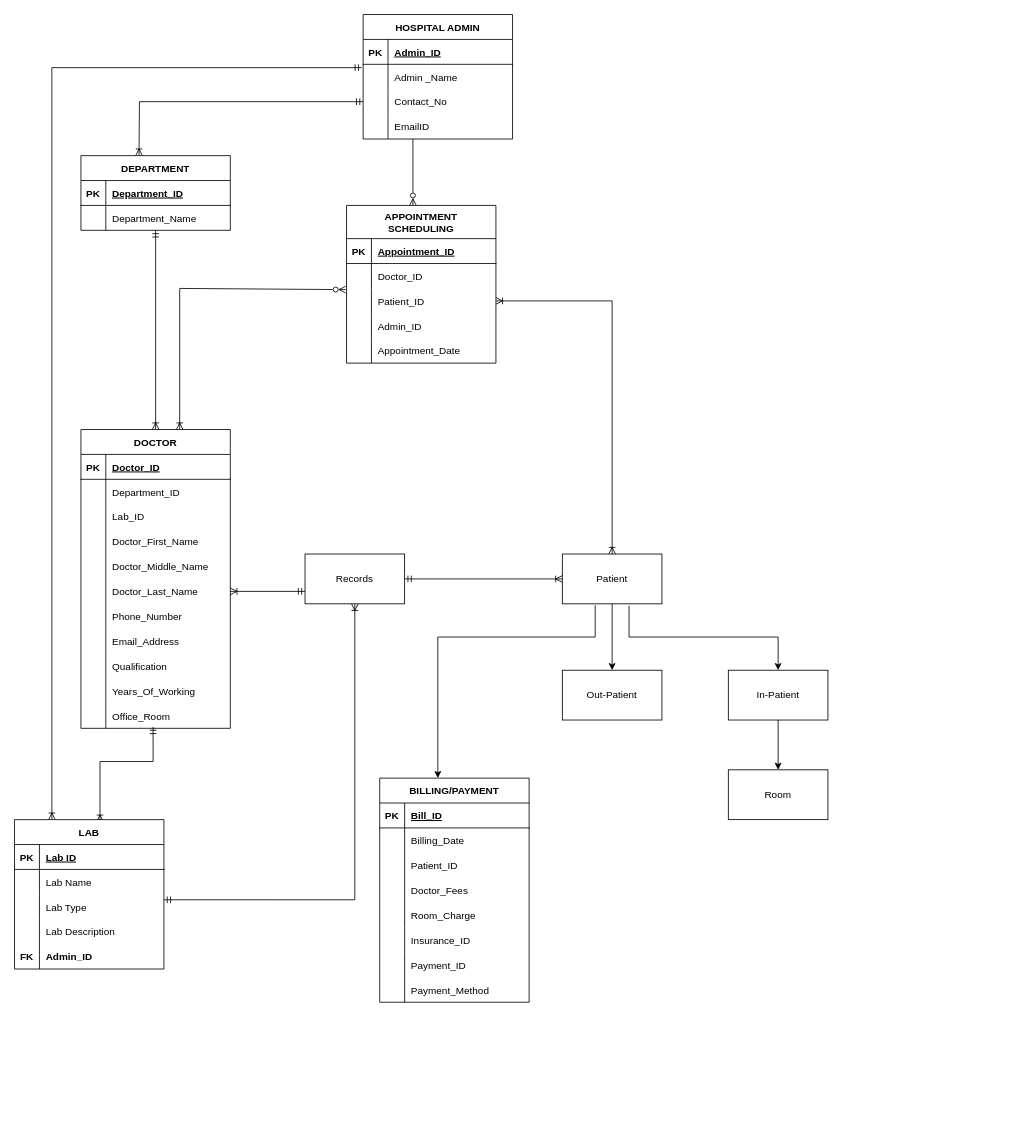
Above: Untitled Diagram.drawio in KashyapKompella/DAMG6210_HospitalManagementDatabase (draw.io), before the change. Source tidied: cells renumbered, new cells numbered last; positions are measured from the earlier drawing's top-left corner, leaving out a move shared by most shapes. Both pictures are drawn from the tidied source at 83%, with x=0, y=0 at pixel (14, 14).
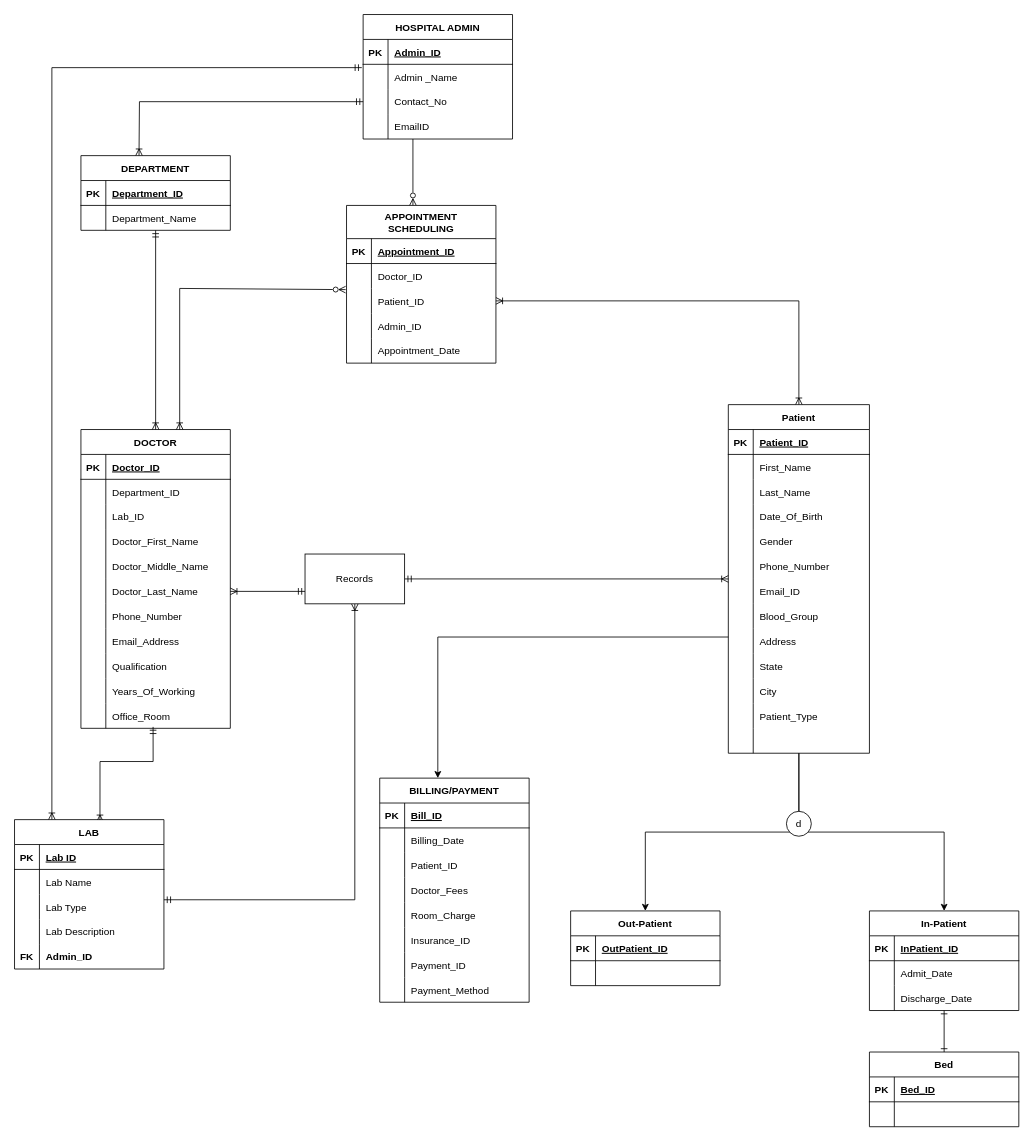
The same diagram, later.

Commit message:
Updated ER Diagram with Patient Entities

Unchanged cells that the change refers to:
```xml
<mxCell id="18" value="Records" style="rounded=0;whiteSpace=wrap;html=1;" parent="1" vertex="1">
  <mxGeometry x="350" y="650" width="120" height="60" as="geometry" />
</mxCell>
<mxCell id="97" style="shape=tableRow;horizontal=0;startSize=0;swimlaneHead=0;swimlaneBody=0;fillColor=none;points=[[0,0.5],[1,0.5]];portConstraint=eastwest;top=0;left=0;right=0;bottom=0;fontSize=12;" parent="90" vertex="1">
  <mxGeometry y="100" width="180" height="30" as="geometry" />
</mxCell>
```

Diff of the diagram source:
```diff
@@
-    <mxCell id="4" style="edgeStyle=orthogonalEdgeStyle;rounded=0;jettySize=auto;html=1;endArrow=ERoneToMany;endFill=0;startArrow=ERoneToMany;startFill=0;exitX=1;exitY=0.5;exitDx=0;exitDy=0;" parent="1" edge="1" source="97" target="8">
+    <mxCell id="4" style="edgeStyle=orthogonalEdgeStyle;rounded=0;jettySize=auto;html=1;endArrow=ERoneToMany;endFill=0;startArrow=ERoneToMany;startFill=0;exitX=1;exitY=0.5;exitDx=0;exitDy=0;entryX=0.5;entryY=0;entryDx=0;entryDy=0;" parent="1" edge="1" source="97" target="8">
       <mxGeometry relative="1" as="geometry" />
     </mxCell>
-    <mxCell id="5" style="edgeStyle=orthogonalEdgeStyle;rounded=0;jettySize=auto;html=1;" parent="1" edge="1" source="8" target="11">
-      <mxGeometry relative="1" as="geometry" />
-    </mxCell>
-    <mxCell id="6" style="edgeStyle=orthogonalEdgeStyle;rounded=0;jettySize=auto;html=1;exitX=0.67;exitY=1.04;exitDx=0;exitDy=0;exitPerimeter=0;" parent="1" edge="1" source="8" target="13">
-      <mxGeometry relative="1" as="geometry">
-        <Array as="points">
-          <mxPoint x="740" y="750" />
-          <mxPoint x="920" y="750" />
-        </Array>
-      </mxGeometry>
-    </mxCell>
-    <mxCell id="7" style="edgeStyle=orthogonalEdgeStyle;rounded=0;jettySize=auto;html=1;exitX=0.33;exitY=1.027;exitDx=0;exitDy=0;exitPerimeter=0;entryX=0.5;entryY=0;entryDx=0;entryDy=0;" parent="1" edge="1" source="8">
+    <mxCell id="7" style="edgeStyle=orthogonalEdgeStyle;rounded=0;jettySize=auto;html=1;entryX=0.5;entryY=0;entryDx=0;entryDy=0;" parent="1" edge="1" source="8">
       <mxGeometry relative="1" as="geometry">
         <mxPoint x="510" y="920" as="targetPoint" />
         <Array as="points">
-          <mxPoint x="700" y="750" />
           <mxPoint x="510" y="750" />
         </Array>
       </mxGeometry>
     </mxCell>
-    <mxCell id="8" value="Patient" style="rounded=0;whiteSpace=wrap;html=1;" parent="1" vertex="1">
-      <mxGeometry x="660" y="650" width="120" height="60" as="geometry" />
-    </mxCell>
@@
-    <mxCell id="11" value="Out-Patient" style="rounded=0;whiteSpace=wrap;html=1;" parent="1" vertex="1">
-      <mxGeometry x="660" y="790" width="120" height="60" as="geometry" />
-    </mxCell>
-    <mxCell id="12" style="edgeStyle=orthogonalEdgeStyle;rounded=0;jettySize=auto;html=1;" parent="1" edge="1" source="13" target="14">
-      <mxGeometry relative="1" as="geometry" />
-    </mxCell>
-    <mxCell id="13" value="In-Patient" style="rounded=0;whiteSpace=wrap;html=1;" parent="1" vertex="1">
-      <mxGeometry x="860" y="790" width="120" height="60" as="geometry" />
-    </mxCell>
-    <mxCell id="14" value="Room" style="rounded=0;whiteSpace=wrap;html=1;" parent="1" vertex="1">
-      <mxGeometry x="860" y="910" width="120" height="60" as="geometry" />
-    </mxCell>
@@
-    <mxCell id="17" style="edgeStyle=orthogonalEdgeStyle;rounded=0;jettySize=auto;html=1;startArrow=ERmandOne;startFill=0;endArrow=ERoneToMany;endFill=0;entryX=0;entryY=0.5;entryDx=0;entryDy=0;" parent="1" edge="1" source="18" target="8">
+    <mxCell id="17" style="edgeStyle=orthogonalEdgeStyle;rounded=0;jettySize=auto;html=1;startArrow=ERmandOne;startFill=0;endArrow=ERoneToMany;endFill=0;" parent="1" edge="1" source="18" target="8">
       <mxGeometry relative="1" as="geometry" />
     </mxCell>
@@
+    <mxCell id="132" style="group;" parent="1" vertex="1">
+      <mxGeometry x="1030" y="1080" width="180" height="260" as="geometry" />
+    </mxCell>
+    <mxCell id="13" value="In-Patient" style="shape=table;startSize=30;childLayout=tableLayout;rowLines=0;fontStyle=1;align=center;fontSize=12;" parent="132" vertex="1">
+      <mxGeometry width="180" height="120" as="geometry" />
+    </mxCell>
+    <mxCell id="133" style="shape=tableRow;horizontal=0;startSize=0;swimlaneHead=0;swimlaneBody=0;fillColor=none;top=0;left=0;right=0;bottom=1;fontSize=12;" parent="13" vertex="1">
+      <mxGeometry y="30" width="180" height="30" as="geometry" />
+    </mxCell>
+    <mxCell id="134" value="PK" style="shape=partialRectangle;fillColor=none;top=0;left=0;bottom=0;right=0;fontStyle=1;overflow=hidden;fontSize=12;" parent="133" vertex="1">
+      <mxGeometry width="30" height="30" as="geometry" />
+    </mxCell>
+    <mxCell id="135" value="InPatient_ID" style="shape=partialRectangle;fillColor=none;top=0;left=0;bottom=0;right=0;align=left;spacingLeft=6;fontStyle=5;overflow=hidden;fontSize=12;" parent="133" vertex="1">
+      <mxGeometry x="30" width="150" height="30" as="geometry" />
+    </mxCell>
+    <mxCell id="136" style="shape=tableRow;horizontal=0;startSize=0;swimlaneHead=0;swimlaneBody=0;fillColor=none;top=0;left=0;right=0;bottom=0;fontSize=12;" parent="13" vertex="1">
+      <mxGeometry y="60" width="180" height="30" as="geometry" />
+    </mxCell>
+    <mxCell id="137" style="shape=partialRectangle;fillColor=none;top=0;left=0;bottom=0;right=0;overflow=hidden;fontSize=12;" parent="136" vertex="1">
+      <mxGeometry width="30" height="30" as="geometry" />
+    </mxCell>
+    <mxCell id="138" value="Admit_Date" style="shape=partialRectangle;fillColor=none;top=0;left=0;bottom=0;right=0;align=left;spacingLeft=6;overflow=hidden;fontSize=12;" parent="136" vertex="1">
+      <mxGeometry x="30" width="150" height="30" as="geometry" />
+    </mxCell>
+    <mxCell id="139" style="shape=tableRow;horizontal=0;startSize=0;swimlaneHead=0;swimlaneBody=0;fillColor=none;top=0;left=0;right=0;bottom=0;fontSize=12;" parent="13" vertex="1">
+      <mxGeometry y="90" width="180" height="30" as="geometry" />
+    </mxCell>
+    <mxCell id="140" style="shape=partialRectangle;fillColor=none;top=0;left=0;bottom=0;right=0;overflow=hidden;fontSize=12;" parent="139" vertex="1">
+      <mxGeometry width="30" height="30" as="geometry" />
+    </mxCell>
+    <mxCell id="141" value="Discharge_Date" style="shape=partialRectangle;fillColor=none;top=0;left=0;bottom=0;right=0;align=left;spacingLeft=6;overflow=hidden;fontSize=12;" parent="139" vertex="1">
+      <mxGeometry x="30" width="150" height="30" as="geometry" />
+    </mxCell>
+    <mxCell id="142" value="Bed" style="shape=table;startSize=30;childLayout=tableLayout;rowLines=0;fontStyle=1;align=center;fontSize=12;" parent="132" vertex="1">
+      <mxGeometry y="170" width="180" height="90" as="geometry" />
+    </mxCell>
+    <mxCell id="143" style="shape=tableRow;horizontal=0;startSize=0;swimlaneHead=0;swimlaneBody=0;fillColor=none;top=0;left=0;right=0;bottom=1;fontSize=12;" parent="142" vertex="1">
+      <mxGeometry y="30" width="180" height="30" as="geometry" />
+    </mxCell>
+    <mxCell id="144" value="PK" style="shape=partialRectangle;fillColor=none;top=0;left=0;bottom=0;right=0;fontStyle=1;overflow=hidden;fontSize=12;" parent="143" vertex="1">
+      <mxGeometry width="30" height="30" as="geometry" />
+    </mxCell>
+    <mxCell id="145" value="Bed_ID" style="shape=partialRectangle;fillColor=none;top=0;left=0;bottom=0;right=0;align=left;spacingLeft=6;fontStyle=5;overflow=hidden;fontSize=12;" parent="143" vertex="1">
+      <mxGeometry x="30" width="150" height="30" as="geometry" />
+    </mxCell>
+    <mxCell id="146" style="shape=tableRow;horizontal=0;startSize=0;swimlaneHead=0;swimlaneBody=0;fillColor=none;top=0;left=0;right=0;bottom=0;fontSize=12;" parent="142" vertex="1">
+      <mxGeometry y="60" width="180" height="30" as="geometry" />
+    </mxCell>
+    <mxCell id="147" style="shape=partialRectangle;fillColor=none;top=0;left=0;bottom=0;right=0;overflow=hidden;fontSize=12;" parent="146" vertex="1">
+      <mxGeometry width="30" height="30" as="geometry" />
+    </mxCell>
+    <mxCell id="148" style="shape=partialRectangle;fillColor=none;top=0;left=0;bottom=0;right=0;align=left;spacingLeft=6;overflow=hidden;fontSize=12;" parent="146" vertex="1">
+      <mxGeometry x="30" width="150" height="30" as="geometry" />
+    </mxCell>
+    <mxCell id="149" style="edgeStyle=orthogonalEdgeStyle;rounded=0;jettySize=auto;html=1;exitX=0.5;exitY=0;exitDx=0;exitDy=0;endArrow=ERone;endFill=0;startArrow=ERone;startFill=0;" parent="132" edge="1" source="142" target="13">
+      <mxGeometry relative="1" as="geometry" />
+    </mxCell>
+    <mxCell id="8" value="Patient" style="shape=table;startSize=30;childLayout=tableLayout;rowLines=0;fontStyle=1;align=center;fontSize=12;" parent="1" vertex="1">
+      <mxGeometry x="860" y="470" width="170" height="420" as="geometry" />
+    </mxCell>
+    <mxCell id="150" style="shape=tableRow;horizontal=0;startSize=0;swimlaneHead=0;swimlaneBody=0;fillColor=none;top=0;left=0;right=0;bottom=1;fontSize=12;" parent="8" vertex="1">
+      <mxGeometry y="30" width="170" height="30" as="geometry" />
+    </mxCell>
+    <mxCell id="151" value="PK" style="shape=partialRectangle;fillColor=none;top=0;left=0;bottom=0;right=0;fontStyle=1;overflow=hidden;fontSize=12;" parent="150" vertex="1">
+      <mxGeometry width="30" height="30" as="geometry" />
+    </mxCell>
+    <mxCell id="152" value="Patient_ID" style="shape=partialRectangle;fillColor=none;top=0;left=0;bottom=0;right=0;align=left;spacingLeft=6;fontStyle=5;overflow=hidden;fontSize=12;verticalAlign=middle;" parent="150" vertex="1">
+      <mxGeometry x="30" width="140" height="30" as="geometry" />
+    </mxCell>
+    <mxCell id="153" style="shape=tableRow;horizontal=0;startSize=0;swimlaneHead=0;swimlaneBody=0;fillColor=none;top=0;left=0;right=0;bottom=0;fontSize=12;" parent="8" vertex="1">
+      <mxGeometry y="60" width="170" height="30" as="geometry" />
+    </mxCell>
+    <mxCell id="154" style="shape=partialRectangle;fillColor=none;top=0;left=0;bottom=0;right=0;overflow=hidden;fontSize=12;" parent="153" vertex="1">
+      <mxGeometry width="30" height="30" as="geometry" />
+    </mxCell>
+    <mxCell id="155" value="First_Name" style="shape=partialRectangle;fillColor=none;top=0;left=0;bottom=0;right=0;align=left;spacingLeft=6;overflow=hidden;fontSize=12;" parent="153" vertex="1">
+      <mxGeometry x="30" width="140" height="30" as="geometry" />
+    </mxCell>
+    <mxCell id="156" style="shape=tableRow;horizontal=0;startSize=0;swimlaneHead=0;swimlaneBody=0;fillColor=none;top=0;left=0;right=0;bottom=0;fontSize=12;" parent="8" vertex="1">
+      <mxGeometry y="90" width="170" height="30" as="geometry" />
+    </mxCell>
+    <mxCell id="157" style="shape=partialRectangle;fillColor=none;top=0;left=0;bottom=0;right=0;overflow=hidden;fontSize=12;" parent="156" vertex="1">
+      <mxGeometry width="30" height="30" as="geometry" />
+    </mxCell>
+    <mxCell id="158" value="Last_Name" style="shape=partialRectangle;fillColor=none;top=0;left=0;bottom=0;right=0;align=left;spacingLeft=6;overflow=hidden;fontSize=12;" parent="156" vertex="1">
+      <mxGeometry x="30" width="140" height="30" as="geometry" />
+    </mxCell>
+    <mxCell id="159" style="shape=tableRow;horizontal=0;startSize=0;swimlaneHead=0;swimlaneBody=0;fillColor=none;top=0;left=0;right=0;bottom=0;fontSize=12;" parent="8" vertex="1">
+      <mxGeometry y="120" width="170" height="30" as="geometry" />
+    </mxCell>
+    <mxCell id="160" style="shape=partialRectangle;fillColor=none;top=0;left=0;bottom=0;right=0;overflow=hidden;fontSize=12;" parent="159" vertex="1">
+      <mxGeometry width="30" height="30" as="geometry" />
+    </mxCell>
+    <mxCell id="161" value="Date_Of_Birth" style="shape=partialRectangle;fillColor=none;top=0;left=0;bottom=0;right=0;align=left;spacingLeft=6;overflow=hidden;fontSize=12;" parent="159" vertex="1">
+      <mxGeometry x="30" width="140" height="30" as="geometry" />
+    </mxCell>
+    <mxCell id="162" style="shape=tableRow;horizontal=0;startSize=0;swimlaneHead=0;swimlaneBody=0;fillColor=none;top=0;left=0;right=0;bottom=0;fontSize=12;" parent="8" vertex="1">
+      <mxGeometry y="150" width="170" height="30" as="geometry" />
+    </mxCell>
+    <mxCell id="163" style="shape=partialRectangle;fillColor=none;top=0;left=0;bottom=0;right=0;overflow=hidden;fontSize=12;" parent="162" vertex="1">
+      <mxGeometry width="30" height="30" as="geometry" />
+    </mxCell>
+    <mxCell id="164" value="Gender" style="shape=partialRectangle;fillColor=none;top=0;left=0;bottom=0;right=0;align=left;spacingLeft=6;overflow=hidden;fontSize=12;fontStyle=0;" parent="162" vertex="1">
+      <mxGeometry x="30" width="140" height="30" as="geometry" />
+    </mxCell>
+    <mxCell id="165" style="shape=tableRow;horizontal=0;startSize=0;swimlaneHead=0;swimlaneBody=0;fillColor=none;top=0;left=0;right=0;bottom=0;fontSize=12;" parent="8" vertex="1">
+      <mxGeometry y="180" width="170" height="30" as="geometry" />
+    </mxCell>
+    <mxCell id="166" style="shape=partialRectangle;fillColor=none;top=0;left=0;bottom=0;right=0;overflow=hidden;fontSize=12;" parent="165" vertex="1">
+      <mxGeometry width="30" height="30" as="geometry" />
+    </mxCell>
+    <mxCell id="167" value="Phone_Number" style="shape=partialRectangle;fillColor=none;top=0;left=0;bottom=0;right=0;align=left;spacingLeft=6;overflow=hidden;fontSize=12;" parent="165" vertex="1">
+      <mxGeometry x="30" width="140" height="30" as="geometry" />
+    </mxCell>
+    <mxCell id="168" style="shape=tableRow;horizontal=0;startSize=0;swimlaneHead=0;swimlaneBody=0;fillColor=none;top=0;left=0;right=0;bottom=0;fontSize=12;" parent="8" vertex="1">
+      <mxGeometry y="210" width="170" height="30" as="geometry" />
+    </mxCell>
+    <mxCell id="169" style="shape=partialRectangle;fillColor=none;top=0;left=0;bottom=0;right=0;overflow=hidden;fontSize=12;" parent="168" vertex="1">
+      <mxGeometry width="30" height="30" as="geometry" />
+    </mxCell>
+    <mxCell id="170" value="Email_ID" style="shape=partialRectangle;fillColor=none;top=0;left=0;bottom=0;right=0;align=left;spacingLeft=6;overflow=hidden;fontSize=12;" parent="168" vertex="1">
+      <mxGeometry x="30" width="140" height="30" as="geometry" />
+    </mxCell>
+    <mxCell id="171" style="shape=tableRow;horizontal=0;startSize=0;swimlaneHead=0;swimlaneBody=0;fillColor=none;top=0;left=0;right=0;bottom=0;fontSize=12;" parent="8" vertex="1">
+      <mxGeometry y="240" width="170" height="30" as="geometry" />
+    </mxCell>
+    <mxCell id="172" style="shape=partialRectangle;fillColor=none;top=0;left=0;bottom=0;right=0;overflow=hidden;fontSize=12;" parent="171" vertex="1">
+      <mxGeometry width="30" height="30" as="geometry" />
+    </mxCell>
+    <mxCell id="173" value="Blood_Group" style="shape=partialRectangle;fillColor=none;top=0;left=0;bottom=0;right=0;align=left;spacingLeft=6;overflow=hidden;fontSize=12;" parent="171" vertex="1">
+      <mxGeometry x="30" width="140" height="30" as="geometry" />
+    </mxCell>
+    <mxCell id="174" style="shape=tableRow;horizontal=0;startSize=0;swimlaneHead=0;swimlaneBody=0;fillColor=none;top=0;left=0;right=0;bottom=0;fontSize=12;" parent="8" vertex="1">
+      <mxGeometry y="270" width="170" height="30" as="geometry" />
+    </mxCell>
+    <mxCell id="175" style="shape=partialRectangle;fillColor=none;top=0;left=0;bottom=0;right=0;overflow=hidden;fontSize=12;" parent="174" vertex="1">
+      <mxGeometry width="30" height="30" as="geometry" />
+    </mxCell>
+    <mxCell id="176" value="Address" style="shape=partialRectangle;fillColor=none;top=0;left=0;bottom=0;right=0;align=left;spacingLeft=6;overflow=hidden;fontSize=12;" parent="174" vertex="1">
+      <mxGeometry x="30" width="140" height="30" as="geometry" />
+    </mxCell>
+    <mxCell id="177" style="shape=tableRow;horizontal=0;startSize=0;swimlaneHead=0;swimlaneBody=0;fillColor=none;top=0;left=0;right=0;bottom=0;fontSize=12;" parent="8" vertex="1">
+      <mxGeometry y="300" width="170" height="30" as="geometry" />
+    </mxCell>
+    <mxCell id="178" style="shape=partialRectangle;fillColor=none;top=0;left=0;bottom=0;right=0;overflow=hidden;fontSize=12;" parent="177" vertex="1">
+      <mxGeometry width="30" height="30" as="geometry" />
+    </mxCell>
+    <mxCell id="179" value="State" style="shape=partialRectangle;fillColor=none;top=0;left=0;bottom=0;right=0;align=left;spacingLeft=6;overflow=hidden;fontSize=12;" parent="177" vertex="1">
+      <mxGeometry x="30" width="140" height="30" as="geometry" />
+    </mxCell>
+    <mxCell id="180" style="shape=tableRow;horizontal=0;startSize=0;swimlaneHead=0;swimlaneBody=0;fillColor=none;top=0;left=0;right=0;bottom=0;fontSize=12;" parent="8" vertex="1">
+      <mxGeometry y="330" width="170" height="30" as="geometry" />
+    </mxCell>
+    <mxCell id="181" style="shape=partialRectangle;fillColor=none;top=0;left=0;bottom=0;right=0;overflow=hidden;fontSize=12;" parent="180" vertex="1">
+      <mxGeometry width="30" height="30" as="geometry" />
+    </mxCell>
+    <mxCell id="182" value="City" style="shape=partialRectangle;fillColor=none;top=0;left=0;bottom=0;right=0;align=left;spacingLeft=6;overflow=hidden;fontSize=12;" parent="180" vertex="1">
+      <mxGeometry x="30" width="140" height="30" as="geometry" />
+    </mxCell>
+    <mxCell id="183" style="shape=tableRow;horizontal=0;startSize=0;swimlaneHead=0;swimlaneBody=0;fillColor=none;top=0;left=0;right=0;bottom=0;fontSize=12;" parent="8" vertex="1">
+      <mxGeometry y="360" width="170" height="30" as="geometry" />
+    </mxCell>
+    <mxCell id="184" style="shape=partialRectangle;fillColor=none;top=0;left=0;bottom=0;right=0;overflow=hidden;fontSize=12;" parent="183" vertex="1">
+      <mxGeometry width="30" height="30" as="geometry" />
+    </mxCell>
+    <mxCell id="185" value="Patient_Type" style="shape=partialRectangle;fillColor=none;top=0;left=0;bottom=0;right=0;align=left;spacingLeft=6;overflow=hidden;fontSize=12;" parent="183" vertex="1">
+      <mxGeometry x="30" width="140" height="30" as="geometry" />
+    </mxCell>
+    <mxCell id="186" style="shape=tableRow;horizontal=0;startSize=0;swimlaneHead=0;swimlaneBody=0;fillColor=none;top=0;left=0;right=0;bottom=0;fontSize=12;" parent="8" vertex="1">
+      <mxGeometry y="390" width="170" height="30" as="geometry" />
+    </mxCell>
+    <mxCell id="187" style="shape=partialRectangle;fillColor=none;top=0;left=0;bottom=0;right=0;overflow=hidden;fontSize=12;" parent="186" vertex="1">
+      <mxGeometry width="30" height="30" as="geometry" />
+    </mxCell>
+    <mxCell id="188" style="shape=partialRectangle;fillColor=none;top=0;left=0;bottom=0;right=0;align=left;spacingLeft=6;overflow=hidden;fontSize=12;" parent="186" vertex="1">
+      <mxGeometry x="30" width="140" height="30" as="geometry" />
+    </mxCell>
+    <mxCell id="189" style="edgeStyle=orthogonalEdgeStyle;rounded=0;jettySize=auto;html=1;exitX=0.5;exitY=0;exitDx=0;exitDy=0;startArrow=classic;startFill=1;endArrow=none;endFill=0;" parent="1" edge="1" source="13" target="8">
+      <mxGeometry relative="1" as="geometry" />
+    </mxCell>
+    <mxCell id="190" style="edgeStyle=orthogonalEdgeStyle;rounded=0;jettySize=auto;html=1;exitX=0.5;exitY=0;exitDx=0;exitDy=0;startArrow=classic;startFill=1;endArrow=none;endFill=0;" parent="1" edge="1" source="11" target="8">
+      <mxGeometry relative="1" as="geometry" />
+    </mxCell>
+    <mxCell id="191" value="d" style="ellipse;whiteSpace=wrap;html=1;" parent="1" vertex="1">
+      <mxGeometry x="930" y="960" width="30" height="30" as="geometry" />
+    </mxCell>
+    <mxCell id="11" value="Out-Patient" style="shape=table;startSize=30;childLayout=tableLayout;rowLines=0;fontStyle=1;align=center;fontSize=12;" parent="1" vertex="1">
+      <mxGeometry x="670" y="1080" width="180" height="90" as="geometry" />
+    </mxCell>
+    <mxCell id="192" style="shape=tableRow;horizontal=0;startSize=0;swimlaneHead=0;swimlaneBody=0;fillColor=none;top=0;left=0;right=0;bottom=1;fontSize=12;" parent="11" vertex="1">
+      <mxGeometry y="30" width="180" height="30" as="geometry" />
+    </mxCell>
+    <mxCell id="193" value="PK" style="shape=partialRectangle;fillColor=none;top=0;left=0;bottom=0;right=0;fontStyle=1;overflow=hidden;fontSize=12;" parent="192" vertex="1">
+      <mxGeometry width="30" height="30" as="geometry" />
+    </mxCell>
+    <mxCell id="194" value="OutPatient_ID" style="shape=partialRectangle;fillColor=none;top=0;left=0;bottom=0;right=0;align=left;spacingLeft=6;fontStyle=5;overflow=hidden;fontSize=12;" parent="192" vertex="1">
+      <mxGeometry x="30" width="150" height="30" as="geometry" />
+    </mxCell>
+    <mxCell id="195" style="shape=tableRow;horizontal=0;startSize=0;swimlaneHead=0;swimlaneBody=0;fillColor=none;top=0;left=0;right=0;bottom=0;fontSize=12;" parent="11" vertex="1">
+      <mxGeometry y="60" width="180" height="30" as="geometry" />
+    </mxCell>
+    <mxCell id="196" style="shape=partialRectangle;fillColor=none;top=0;left=0;bottom=0;right=0;overflow=hidden;fontSize=12;" parent="195" vertex="1">
+      <mxGeometry width="30" height="30" as="geometry" />
+    </mxCell>
+    <mxCell id="197" style="shape=partialRectangle;fillColor=none;top=0;left=0;bottom=0;right=0;align=left;spacingLeft=6;overflow=hidden;fontSize=12;" parent="195" vertex="1">
+      <mxGeometry x="30" width="150" height="30" as="geometry" />
+    </mxCell>
```
